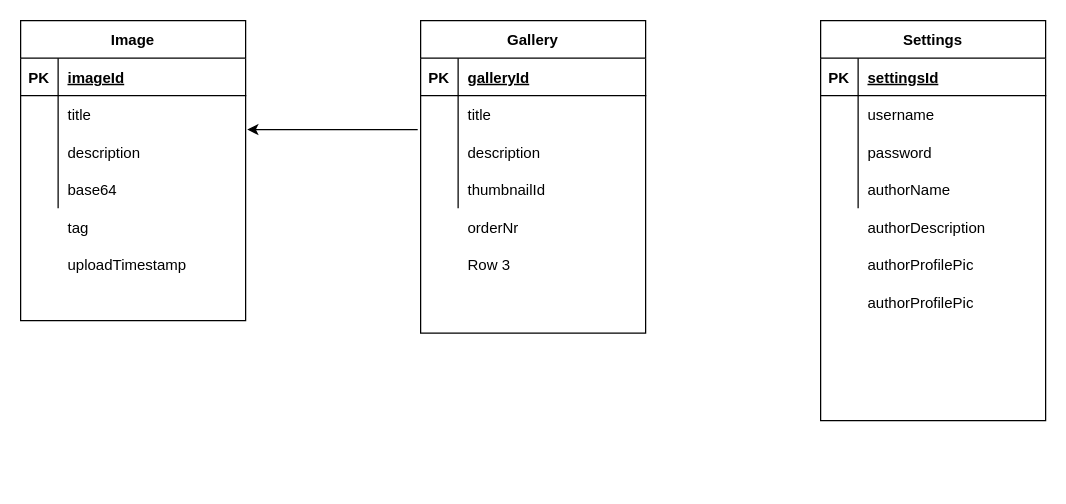
Earlier version of the draw.io diagram Untitled Diagram.drawio (selfshare/selfshare). Source tidied: cells renumbered, new cells numbered last; positions are measured from the earlier drawing's top-left corner, leaving out a move shared by most shapes. Both pictures are drawn from the tidied source at 125%, with x=0, y=0 at pixel (20, 20).
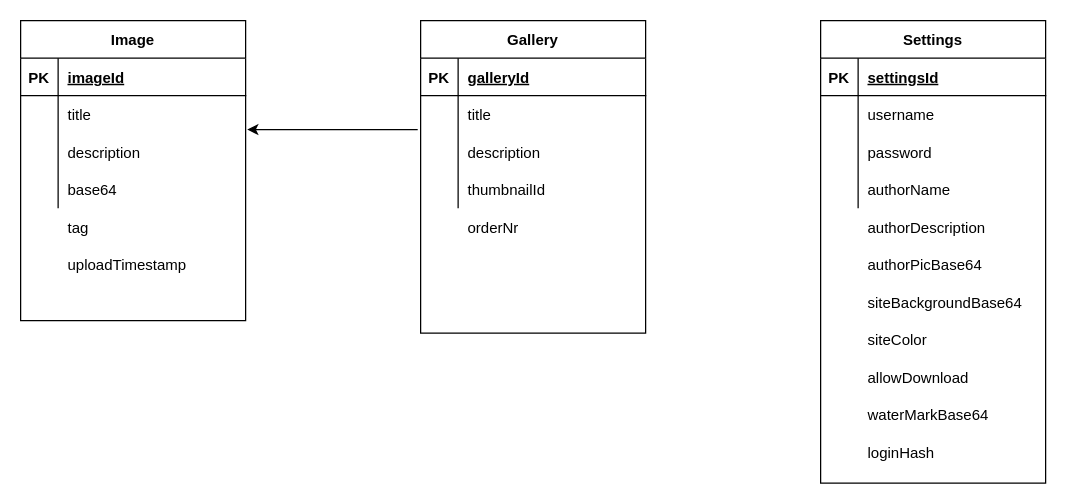
Above is the later version.

Diff of the diagram source:
```diff
@@
     <mxCell id="29" value="Settings" style="shape=table;startSize=30;childLayout=tableLayout;rowLines=0;fontStyle=1;align=center;" parent="1" vertex="1">
-      <mxGeometry x="640" width="180" height="320" as="geometry" />
+      <mxGeometry x="640" width="180" height="370" as="geometry" />
     </mxCell>
@@
-    <mxCell id="43" value="Row 3" style="shape=partialRectangle;fillColor=none;top=0;left=0;bottom=0;right=0;align=left;spacingLeft=6;overflow=hidden;" parent="1" vertex="1">
-      <mxGeometry x="350" y="180" width="150" height="30" as="geometry" />
-    </mxCell>
@@
-    <mxCell id="47" value="authorProfilePic" style="shape=partialRectangle;fillColor=none;top=0;left=0;bottom=0;right=0;align=left;spacingLeft=6;overflow=hidden;" parent="1" vertex="1">
+    <mxCell id="47" value="authorPicBase64" style="shape=partialRectangle;fillColor=none;top=0;left=0;bottom=0;right=0;align=left;spacingLeft=6;overflow=hidden;" parent="1" vertex="1">
       <mxGeometry x="670" y="180" width="150" height="30" as="geometry" />
     </mxCell>
-    <mxCell id="48" value="authorProfilePic" style="shape=partialRectangle;fillColor=none;top=0;left=0;bottom=0;right=0;align=left;spacingLeft=6;overflow=hidden;" parent="1" vertex="1">
+    <mxCell id="48" value="siteBackgroundBase64" style="shape=partialRectangle;fillColor=none;top=0;left=0;bottom=0;right=0;align=left;spacingLeft=6;overflow=hidden;" parent="1" vertex="1">
       <mxGeometry x="670" y="210" width="150" height="30" as="geometry" />
     </mxCell>
+    <mxCell id="49" value="allowDownload" style="shape=partialRectangle;fillColor=none;top=0;left=0;bottom=0;right=0;align=left;spacingLeft=6;overflow=hidden;" parent="1" vertex="1">
+      <mxGeometry x="670" y="270" width="150" height="30" as="geometry" />
+    </mxCell>
+    <mxCell id="50" value="waterMarkBase64" style="shape=partialRectangle;fillColor=none;top=0;left=0;bottom=0;right=0;align=left;spacingLeft=6;overflow=hidden;" parent="1" vertex="1">
+      <mxGeometry x="670" y="300" width="150" height="30" as="geometry" />
+    </mxCell>
+    <mxCell id="51" value="siteColor" style="shape=partialRectangle;fillColor=none;top=0;left=0;bottom=0;right=0;align=left;spacingLeft=6;overflow=hidden;" parent="1" vertex="1">
+      <mxGeometry x="670" y="240" width="150" height="30" as="geometry" />
+    </mxCell>
+    <mxCell id="52" value="loginHash" style="shape=partialRectangle;fillColor=none;top=0;left=0;bottom=0;right=0;align=left;spacingLeft=6;overflow=hidden;" parent="1" vertex="1">
+      <mxGeometry x="670" y="330" width="150" height="30" as="geometry" />
+    </mxCell>
```
